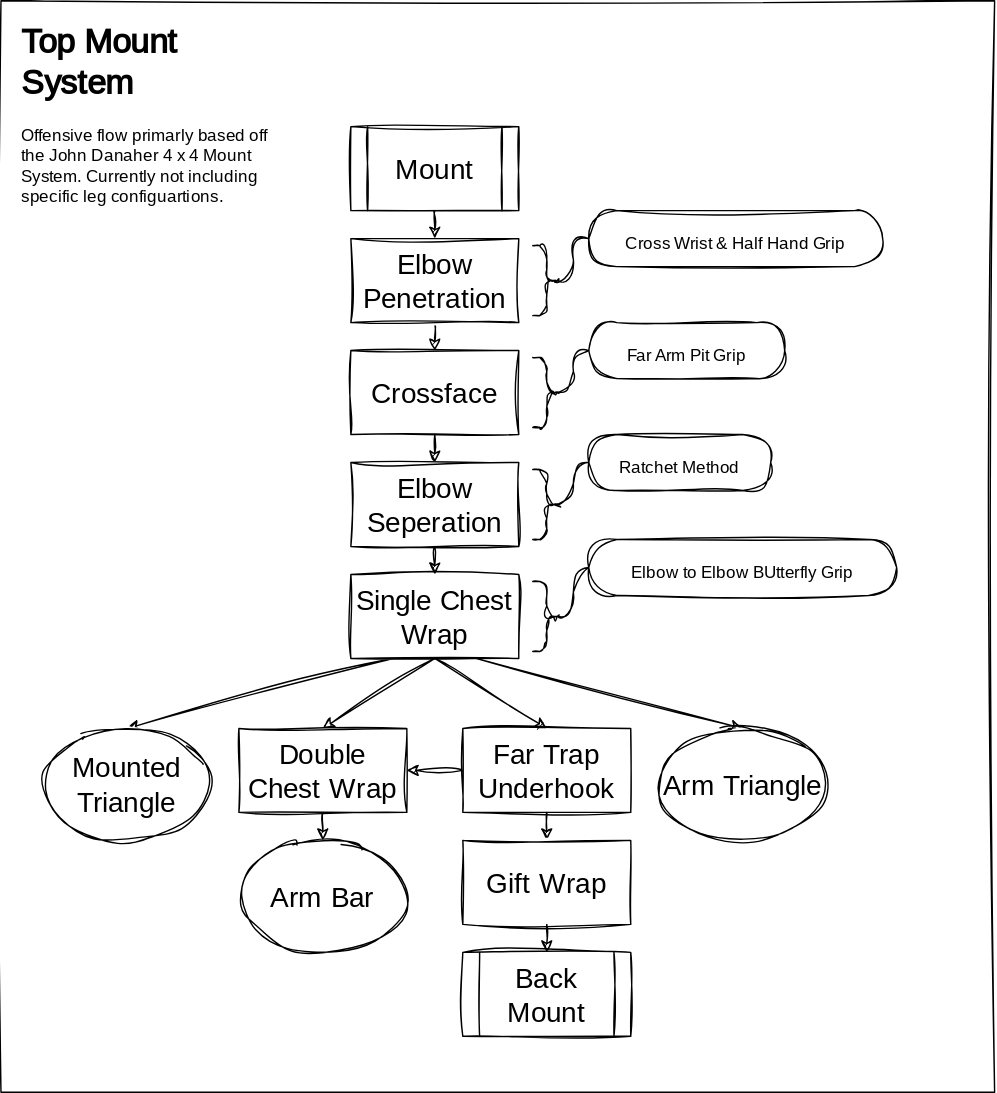
Brandon-Everhart/CombatMusings keeps this draw.io diagram as mount.drawio.svg. Above is the earlier version. Source tidied: cells renumbered, new cells last; positions are measured from the earlier drawing's top-left corner, leaving out a move shared by most shapes.
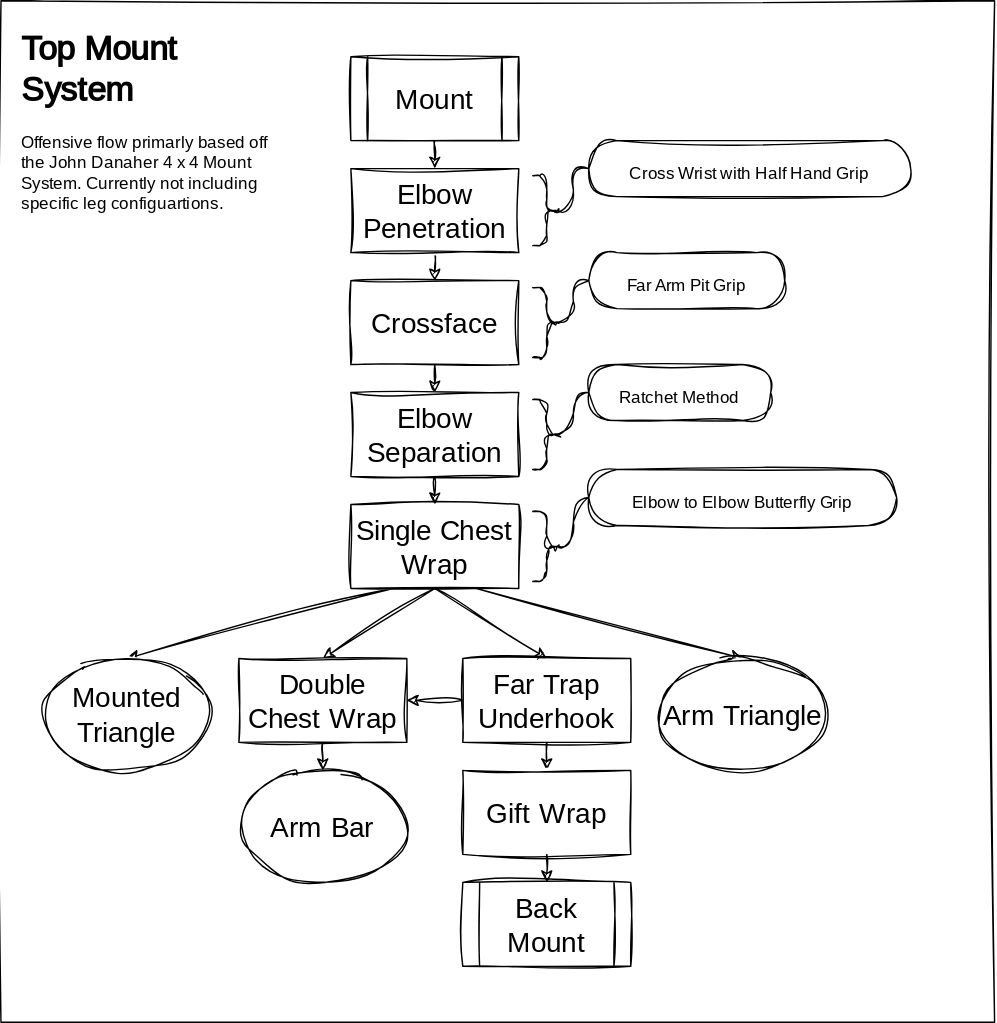
Later version of the same file.

What changed in the source:
```diff
@@ -3,7 +3,7 @@
     <mxCell id="0" />
     <mxCell id="1" parent="0" />
     <mxCell id="2" style="rounded=0;whiteSpace=wrap;html=1;sketch=1;hachureGap=4;jiggle=2;curveFitting=1;fontFamily=Architects Daughter;fontSource=https%3A%2F%2Ffonts.googleapis.com%2Fcss%3Ffamily%3DArchitects%2BDaughter;fontSize=20;" parent="1" vertex="1">
-      <mxGeometry width="710" height="780" as="geometry" />
+      <mxGeometry y="50" width="710" height="730" as="geometry" />
     </mxCell>
     <mxCell id="3" style="edgeStyle=none;sketch=1;hachureGap=4;jiggle=2;curveFitting=1;html=1;exitX=0.5;exitY=1;exitDx=0;exitDy=0;entryX=0.5;entryY=0;entryDx=0;entryDy=0;fontFamily=Architects Daughter;fontSource=https%3A%2F%2Ffonts.googleapis.com%2Fcss%3Ffamily%3DArchitects%2BDaughter;fontSize=20;" parent="1" edge="1" source="4" target="8">
       <mxGeometry relative="1" as="geometry" />
@@ -26,7 +26,7 @@
     <mxCell id="9" style="edgeStyle=none;sketch=1;hachureGap=4;jiggle=2;curveFitting=1;html=1;exitX=0.5;exitY=1;exitDx=0;exitDy=0;entryX=0.5;entryY=0;entryDx=0;entryDy=0;fontFamily=Architects Daughter;fontSource=https%3A%2F%2Ffonts.googleapis.com%2Fcss%3Ffamily%3DArchitects%2BDaughter;fontSize=20;" parent="1" edge="1" source="10" target="15">
       <mxGeometry relative="1" as="geometry" />
     </mxCell>
-    <mxCell id="10" value="Elbow Seperation" style="rounded=0;whiteSpace=wrap;html=1;sketch=1;hachureGap=4;jiggle=2;curveFitting=1;fontFamily=Architects Daughter;fontSource=https%3A%2F%2Ffonts.googleapis.com%2Fcss%3Ffamily%3DArchitects%2BDaughter;fontSize=20;" parent="1" vertex="1">
+    <mxCell id="10" value="Elbow Separation" style="rounded=0;whiteSpace=wrap;html=1;sketch=1;hachureGap=4;jiggle=2;curveFitting=1;fontFamily=Architects Daughter;fontSource=https%3A%2F%2Ffonts.googleapis.com%2Fcss%3Ffamily%3DArchitects%2BDaughter;fontSize=20;" parent="1" vertex="1">
       <mxGeometry x="250" y="330" width="120" height="60" as="geometry" />
     </mxCell>
     <mxCell id="11" style="edgeStyle=none;sketch=1;hachureGap=4;jiggle=2;curveFitting=1;html=1;exitX=0.25;exitY=1;exitDx=0;exitDy=0;entryX=0.5;entryY=0;entryDx=0;entryDy=0;fontFamily=Architects Daughter;fontSource=https%3A%2F%2Ffonts.googleapis.com%2Fcss%3Ffamily%3DArchitects%2BDaughter;fontSize=20;" parent="1" edge="1" source="15" target="16">
@@ -80,8 +80,8 @@
     <mxCell id="27" style="shape=curlyBracket;whiteSpace=wrap;html=1;rounded=1;flipH=1;labelPosition=right;verticalLabelPosition=middle;align=left;verticalAlign=middle;sketch=1;hachureGap=4;jiggle=2;curveFitting=1;fontFamily=Architects Daughter;fontSource=https%3A%2F%2Ffonts.googleapis.com%2Fcss%3Ffamily%3DArchitects%2BDaughter;fontSize=20;size=0.5;" parent="1" vertex="1">
       <mxGeometry x="380" y="175" width="20" height="50" as="geometry" />
     </mxCell>
-    <mxCell id="28" value="&lt;span style=&quot;font-size: 12px;&quot;&gt;Cross Wrist &amp;amp; Half Hand Grip&lt;/span&gt;" style="whiteSpace=wrap;html=1;rounded=1;arcSize=50;align=center;verticalAlign=middle;strokeWidth=1;spacing=4;newEdgeStyle={&quot;edgeStyle&quot;:&quot;entityRelationEdgeStyle&quot;,&quot;startArrow&quot;:&quot;none&quot;,&quot;endArrow&quot;:&quot;none&quot;,&quot;segment&quot;:10,&quot;curved&quot;:1,&quot;sourcePerimeterSpacing&quot;:0,&quot;targetPerimeterSpacing&quot;:0};sketch=1;hachureGap=4;jiggle=2;curveFitting=1;fontFamily=Architects Daughter;fontSource=https%3A%2F%2Ffonts.googleapis.com%2Fcss%3Ffamily%3DArchitects%2BDaughter;fontSize=20;" parent="1" vertex="1">
-      <mxGeometry x="420" y="150" width="210" height="40" as="geometry" />
+    <mxCell id="28" value="&lt;span style=&quot;font-size: 12px;&quot;&gt;Cross Wrist with Half Hand Grip&lt;/span&gt;" style="whiteSpace=wrap;html=1;rounded=1;arcSize=50;align=center;verticalAlign=middle;strokeWidth=1;spacing=4;newEdgeStyle={&quot;edgeStyle&quot;:&quot;entityRelationEdgeStyle&quot;,&quot;startArrow&quot;:&quot;none&quot;,&quot;endArrow&quot;:&quot;none&quot;,&quot;segment&quot;:10,&quot;curved&quot;:1,&quot;sourcePerimeterSpacing&quot;:0,&quot;targetPerimeterSpacing&quot;:0};sketch=1;hachureGap=4;jiggle=2;curveFitting=1;fontFamily=Architects Daughter;fontSource=https%3A%2F%2Ffonts.googleapis.com%2Fcss%3Ffamily%3DArchitects%2BDaughter;fontSize=20;" parent="1" vertex="1">
+      <mxGeometry x="420" y="150" width="230" height="40" as="geometry" />
     </mxCell>
     <mxCell id="29" style="edgeStyle=entityRelationEdgeStyle;startArrow=none;endArrow=none;segment=10;curved=1;sourcePerimeterSpacing=0;targetPerimeterSpacing=0;sketch=1;hachureGap=4;jiggle=2;curveFitting=1;fontFamily=Architects Daughter;fontSource=https%3A%2F%2Ffonts.googleapis.com%2Fcss%3Ffamily%3DArchitects%2BDaughter;fontSize=16;exitX=0.1;exitY=0.5;exitDx=0;exitDy=0;exitPerimeter=0;" parent="1" edge="1" source="27" target="28">
       <mxGeometry relative="1" as="geometry" />
@@ -110,11 +110,11 @@
     <mxCell id="37" style="edgeStyle=entityRelationEdgeStyle;sketch=1;hachureGap=4;jiggle=2;curveFitting=1;html=1;startArrow=none;endArrow=none;segment=10;curved=1;sourcePerimeterSpacing=0;targetPerimeterSpacing=0;exitX=0;exitY=0.5;exitDx=0;exitDy=0;entryX=0.1;entryY=0.5;entryDx=0;entryDy=0;entryPerimeter=0;fontFamily=Architects Daughter;fontSource=https%3A%2F%2Ffonts.googleapis.com%2Fcss%3Ffamily%3DArchitects%2BDaughter;fontSize=12;" parent="1" edge="1" source="38" target="36">
       <mxGeometry relative="1" as="geometry" />
     </mxCell>
-    <mxCell id="38" value="&lt;span style=&quot;font-size: 12px;&quot;&gt;Elbow to Elbow BUtterfly Grip&lt;/span&gt;" style="whiteSpace=wrap;html=1;rounded=1;arcSize=50;align=center;verticalAlign=middle;strokeWidth=1;spacing=4;newEdgeStyle={&quot;edgeStyle&quot;:&quot;entityRelationEdgeStyle&quot;,&quot;startArrow&quot;:&quot;none&quot;,&quot;endArrow&quot;:&quot;none&quot;,&quot;segment&quot;:10,&quot;curved&quot;:1,&quot;sourcePerimeterSpacing&quot;:0,&quot;targetPerimeterSpacing&quot;:0};sketch=1;hachureGap=4;jiggle=2;curveFitting=1;fontFamily=Architects Daughter;fontSource=https%3A%2F%2Ffonts.googleapis.com%2Fcss%3Ffamily%3DArchitects%2BDaughter;fontSize=20;" parent="1" vertex="1">
+    <mxCell id="38" value="&lt;span style=&quot;font-size: 12px;&quot;&gt;Elbow to Elbow Butterfly Grip&lt;/span&gt;" style="whiteSpace=wrap;html=1;rounded=1;arcSize=50;align=center;verticalAlign=middle;strokeWidth=1;spacing=4;newEdgeStyle={&quot;edgeStyle&quot;:&quot;entityRelationEdgeStyle&quot;,&quot;startArrow&quot;:&quot;none&quot;,&quot;endArrow&quot;:&quot;none&quot;,&quot;segment&quot;:10,&quot;curved&quot;:1,&quot;sourcePerimeterSpacing&quot;:0,&quot;targetPerimeterSpacing&quot;:0};sketch=1;hachureGap=4;jiggle=2;curveFitting=1;fontFamily=Architects Daughter;fontSource=https%3A%2F%2Ffonts.googleapis.com%2Fcss%3Ffamily%3DArchitects%2BDaughter;fontSize=20;" parent="1" vertex="1">
       <mxGeometry x="420" y="385" width="220" height="40" as="geometry" />
     </mxCell>
     <mxCell id="39" value="&lt;h1&gt;Top Mount System&lt;/h1&gt;&lt;p&gt;Offensive flow primarly based off the John Danaher 4 x 4 Mount System. Currently not including specific leg configuartions.&lt;/p&gt;" style="text;html=1;strokeColor=none;fillColor=none;spacing=5;spacingTop=-20;whiteSpace=wrap;overflow=hidden;rounded=0;sketch=1;hachureGap=4;jiggle=2;curveFitting=1;fontFamily=Architects Daughter;fontSource=https%3A%2F%2Ffonts.googleapis.com%2Fcss%3Ffamily%3DArchitects%2BDaughter;fontSize=12;" parent="1" vertex="1">
-      <mxGeometry x="10" y="10" width="190" height="160" as="geometry" />
+      <mxGeometry x="10" y="65" width="190" height="160" as="geometry" />
     </mxCell>
   </root>
 </mxGraphModel>
```
